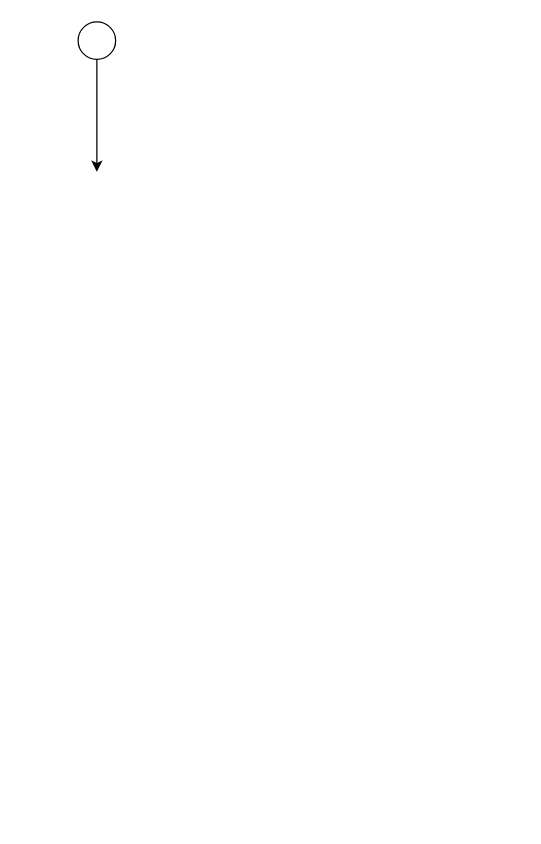
Before: Selection.drawio in MonaJea-Ng/Projects, a draw.io diagram. Source tidied: cells renumbered, new cells numbered last; positions are measured from the earlier drawing's top-left corner, leaving out a move shared by most shapes. Both pictures are drawn from the tidied source at 125%, with x=0, y=0 at pixel (78, 21).
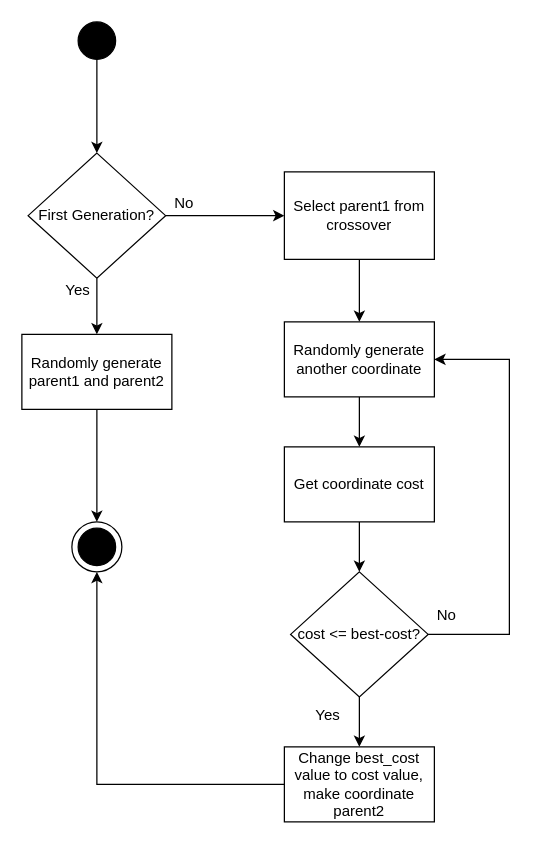
After the change.

The edit, as a diff of the source:
```diff
@@
+    <mxCell id="4" style="edgeStyle=orthogonalEdgeStyle;rounded=0;jettySize=auto;html=1;exitX=0.5;exitY=1;exitDx=0;exitDy=0;entryX=0.5;entryY=0;entryDx=0;entryDy=0;" parent="1" edge="1" source="2" target="22">
+      <mxGeometry relative="1" as="geometry" />
+    </mxCell>
-    <mxCell id="2" style="ellipse;whiteSpace=wrap;html=1;" parent="1" vertex="1">
+    <mxCell id="2" style="ellipse;whiteSpace=wrap;html=1;fillColor=#000000;" parent="1" vertex="1">
       <mxGeometry width="30" height="30" as="geometry" />
     </mxCell>
-    <mxCell id="3" style="endArrow=classic;html=1;rounded=0;exitX=0.5;exitY=1;exitDx=0;exitDy=0;" parent="1" edge="1" source="2">
-      <mxGeometry relative="1" as="geometry">
-        <mxPoint x="15" y="120" as="targetPoint" />
-      </mxGeometry>
-    </mxCell>
+    <mxCell id="5" style="edgeStyle=orthogonalEdgeStyle;rounded=0;jettySize=auto;html=1;exitX=0.5;exitY=1;exitDx=0;exitDy=0;entryX=0.5;entryY=0;entryDx=0;entryDy=0;" parent="1" edge="1" source="6" target="16">
+      <mxGeometry relative="1" as="geometry" />
+    </mxCell>
+    <mxCell id="6" value="Randomly generate parent1 and parent2" style="rounded=0;whiteSpace=wrap;html=1;" parent="1" vertex="1">
+      <mxGeometry x="-45" y="250" width="120" height="60" as="geometry" />
+    </mxCell>
+    <mxCell id="7" value="Get coordinate cost" style="rounded=0;whiteSpace=wrap;html=1;" parent="1" vertex="1">
+      <mxGeometry x="165" y="340" width="120" height="60" as="geometry" />
+    </mxCell>
+    <mxCell id="8" value="Select parent1 from crossover" style="rounded=0;whiteSpace=wrap;html=1;" parent="1" vertex="1">
+      <mxGeometry x="165" y="120" width="120" height="70" as="geometry" />
+    </mxCell>
+    <mxCell id="9" style="endArrow=classic;html=1;rounded=0;entryX=0.5;entryY=0;entryDx=0;entryDy=0;exitX=0.5;exitY=1;exitDx=0;exitDy=0;" parent="1" edge="1" source="8" target="11">
+      <mxGeometry relative="1" as="geometry" />
+    </mxCell>
+    <mxCell id="10" style="endArrow=classic;html=1;rounded=0;exitX=0.5;exitY=1;exitDx=0;exitDy=0;entryX=0.5;entryY=0;entryDx=0;entryDy=0;" parent="1" edge="1" source="22" target="6">
+      <mxGeometry relative="1" as="geometry" />
+    </mxCell>
+    <mxCell id="11" value="Randomly generate another coordinate" style="rounded=0;whiteSpace=wrap;html=1;" parent="1" vertex="1">
+      <mxGeometry x="165" y="240" width="120" height="60" as="geometry" />
+    </mxCell>
+    <mxCell id="12" style="endArrow=classic;html=1;rounded=0;exitX=0.5;exitY=1;exitDx=0;exitDy=0;entryX=0.5;entryY=0;entryDx=0;entryDy=0;" parent="1" edge="1" source="11" target="7">
+      <mxGeometry relative="1" as="geometry" />
+    </mxCell>
+    <mxCell id="13" style="edgeStyle=orthogonalEdgeStyle;rounded=0;jettySize=auto;html=1;exitX=0.5;exitY=1;exitDx=0;exitDy=0;entryX=0.5;entryY=0;entryDx=0;entryDy=0;" parent="1" edge="1" source="15" target="20">
+      <mxGeometry relative="1" as="geometry" />
+    </mxCell>
+    <mxCell id="14" style="edgeStyle=orthogonalEdgeStyle;rounded=0;jettySize=auto;html=1;exitX=1;exitY=0.5;exitDx=0;exitDy=0;entryX=1;entryY=0.5;entryDx=0;entryDy=0;" parent="1" edge="1" source="15" target="11">
+      <mxGeometry relative="1" as="geometry">
+        <Array as="points">
+          <mxPoint x="345" y="490" />
+          <mxPoint x="345" y="270" />
+        </Array>
+      </mxGeometry>
+    </mxCell>
+    <mxCell id="15" value="cost &amp;lt;= best-cost?" style="rhombus;whiteSpace=wrap;html=1;" parent="1" vertex="1">
+      <mxGeometry x="170" y="440" width="110" height="100" as="geometry" />
+    </mxCell>
+    <mxCell id="16" style="ellipse;whiteSpace=wrap;html=1;" parent="1" vertex="1">
+      <mxGeometry x="-5" y="400" width="40" height="40" as="geometry" />
+    </mxCell>
+    <mxCell id="17" style="endArrow=classic;html=1;rounded=0;exitX=0.5;exitY=1;exitDx=0;exitDy=0;entryX=0.5;entryY=0;entryDx=0;entryDy=0;" parent="1" edge="1" source="7" target="15">
+      <mxGeometry relative="1" as="geometry" />
+    </mxCell>
+    <mxCell id="18" style="ellipse;whiteSpace=wrap;html=1;fillColor=#000000;" parent="1" vertex="1">
+      <mxGeometry y="405" width="30" height="30" as="geometry" />
+    </mxCell>
+    <mxCell id="19" style="edgeStyle=orthogonalEdgeStyle;rounded=0;jettySize=auto;html=1;exitX=0;exitY=0.5;exitDx=0;exitDy=0;entryX=0.5;entryY=1;entryDx=0;entryDy=0;" parent="1" edge="1" source="20" target="16">
+      <mxGeometry relative="1" as="geometry" />
+    </mxCell>
+    <mxCell id="20" value="Change best_cost value to cost value, make coordinate parent2" style="rounded=0;whiteSpace=wrap;html=1;" parent="1" vertex="1">
+      <mxGeometry x="165" y="580" width="120" height="60" as="geometry" />
+    </mxCell>
+    <mxCell id="21" style="edgeStyle=orthogonalEdgeStyle;rounded=0;jettySize=auto;html=1;exitX=1;exitY=0.5;exitDx=0;exitDy=0;" parent="1" edge="1" source="22" target="8">
+      <mxGeometry relative="1" as="geometry" />
+    </mxCell>
+    <mxCell id="22" value="First Generation?" style="rhombus;whiteSpace=wrap;html=1;" parent="1" vertex="1">
+      <mxGeometry x="-40" y="105" width="110" height="100" as="geometry" />
+    </mxCell>
+    <mxCell id="23" value="No" style="text;html=1;strokeColor=none;fillColor=none;align=center;verticalAlign=middle;whiteSpace=wrap;rounded=0;" parent="1" vertex="1">
+      <mxGeometry x="55" y="130" width="60" height="30" as="geometry" />
+    </mxCell>
+    <mxCell id="24" value="Yes" style="text;html=1;strokeColor=none;fillColor=none;align=center;verticalAlign=middle;whiteSpace=wrap;rounded=0;" parent="1" vertex="1">
+      <mxGeometry x="-30" y="200" width="60" height="30" as="geometry" />
+    </mxCell>
+    <mxCell id="25" value="No" style="text;html=1;strokeColor=none;fillColor=none;align=center;verticalAlign=middle;whiteSpace=wrap;rounded=0;" parent="1" vertex="1">
+      <mxGeometry x="265" y="460" width="60" height="30" as="geometry" />
+    </mxCell>
+    <mxCell id="26" value="Yes" style="text;html=1;strokeColor=none;fillColor=none;align=center;verticalAlign=middle;whiteSpace=wrap;rounded=0;" parent="1" vertex="1">
+      <mxGeometry x="170" y="540" width="60" height="30" as="geometry" />
+    </mxCell>
```
